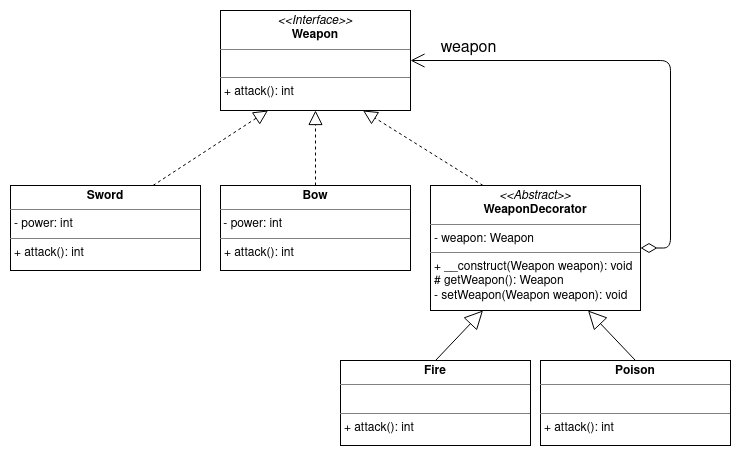
Earlier version of the draw.io export assets/images/decorator-weapon.png (pjehan-teaching/design-patterns). Source tidied: cells renumbered, new cells last; positions are measured from the earlier drawing's top-left corner, leaving out a move shared by most shapes. The source it was exported from:
```xml
<mxGraphModel background="#ffffff">
  <root>
    <mxCell id="0" />
    <mxCell id="1" parent="0" />
    <mxCell id="2" value="&lt;p style=&quot;margin: 0px ; margin-top: 4px ; text-align: center&quot;&gt;&lt;b&gt;Sword&lt;/b&gt;&lt;/p&gt;&lt;hr size=&quot;1&quot;&gt;&lt;p style=&quot;margin: 0px ; margin-left: 4px&quot;&gt;- power: int&lt;br&gt;&lt;/p&gt;&lt;hr size=&quot;1&quot;&gt;&lt;p style=&quot;margin: 0px ; margin-left: 4px&quot;&gt;+ attack(): int&lt;br&gt;&lt;/p&gt;" style="verticalAlign=top;align=left;overflow=fill;fontSize=12;fontFamily=Helvetica;html=1;shadow=0;" parent="1" vertex="1">
      <mxGeometry y="175" width="190" height="85" as="geometry" />
    </mxCell>
    <mxCell id="3" value="&lt;p style=&quot;margin: 0px ; margin-top: 4px ; text-align: center&quot;&gt;&lt;i&gt;&amp;lt;&amp;lt;Interface&amp;gt;&amp;gt;&lt;/i&gt;&lt;br&gt;&lt;b&gt;Weapon&lt;/b&gt;&lt;/p&gt;&lt;hr size=&quot;1&quot;&gt;&lt;p style=&quot;margin: 0px ; margin-left: 4px&quot;&gt;&lt;br&gt;&lt;/p&gt;&lt;hr size=&quot;1&quot;&gt;&lt;p style=&quot;margin: 0px ; margin-left: 4px&quot;&gt;+ attack(): int&lt;br&gt;&lt;/p&gt;" style="verticalAlign=top;align=left;overflow=fill;fontSize=12;fontFamily=Helvetica;html=1;shadow=0;" parent="1" vertex="1">
      <mxGeometry x="210" width="190" height="100" as="geometry" />
    </mxCell>
    <mxCell id="4" value="&lt;p style=&quot;margin: 0px ; margin-top: 4px ; text-align: center&quot;&gt;&lt;i&gt;&amp;lt;&amp;lt;Abstract&amp;gt;&amp;gt;&lt;/i&gt;&lt;br&gt;&lt;b&gt;WeaponDecorator&lt;/b&gt;&lt;br&gt;&lt;/p&gt;&lt;hr size=&quot;1&quot;&gt;&lt;p style=&quot;margin: 0px ; margin-left: 4px&quot;&gt;- weapon: Weapon&lt;/p&gt;&lt;hr size=&quot;1&quot;&gt;&lt;p style=&quot;margin: 0px ; margin-left: 4px&quot;&gt;+ __construct(Weapon weapon): void&lt;br&gt;&lt;/p&gt;&lt;p style=&quot;margin: 0px ; margin-left: 4px&quot;&gt;# getWeapon(): Weapon&lt;/p&gt;&lt;p style=&quot;margin: 0px ; margin-left: 4px&quot;&gt;- setWeapon(Weapon weapon): void&lt;br&gt;&lt;/p&gt;" style="verticalAlign=top;align=left;overflow=fill;fontSize=12;fontFamily=Helvetica;html=1;shadow=0;" parent="1" vertex="1">
      <mxGeometry x="420" y="175" width="210" height="125" as="geometry" />
    </mxCell>
    <mxCell id="5" value="&lt;p style=&quot;margin: 0px ; margin-top: 4px ; text-align: center&quot;&gt;&lt;b&gt;Bow&lt;/b&gt;&lt;/p&gt;&lt;hr size=&quot;1&quot;&gt;&amp;nbsp;- power: int&lt;hr size=&quot;1&quot;&gt;&lt;p style=&quot;margin: 0px ; margin-left: 4px&quot;&gt;+ attack(): int&lt;br&gt;&lt;/p&gt;" style="verticalAlign=top;align=left;overflow=fill;fontSize=12;fontFamily=Helvetica;html=1;shadow=0;" parent="1" vertex="1">
      <mxGeometry x="210" y="175" width="190" height="85" as="geometry" />
    </mxCell>
    <mxCell id="6" style="endArrow=block;dashed=1;endFill=0;endSize=12;html=1;strokeColor=#000000;fontSize=16;exitX=0.75;exitY=0;entryX=0.25;entryY=1;" parent="1" edge="1" source="2" target="3">
      <mxGeometry relative="1" as="geometry" />
    </mxCell>
    <mxCell id="7" style="endArrow=block;dashed=1;endFill=0;endSize=12;html=1;strokeColor=#000000;fontSize=16;exitX=0.25;exitY=0;entryX=0.75;entryY=1;" parent="1" edge="1" source="4" target="3">
      <mxGeometry relative="1" as="geometry" />
    </mxCell>
    <mxCell id="8" style="endArrow=block;dashed=1;endFill=0;endSize=12;html=1;strokeColor=#000000;fontSize=16;exitX=0.5;exitY=0;" parent="1" edge="1" source="5">
      <mxGeometry relative="1" as="geometry">
        <mxPoint x="305" y="100" as="targetPoint" />
      </mxGeometry>
    </mxCell>
    <mxCell id="9" style="endArrow=open;html=1;endSize=12;startArrow=diamondThin;startSize=14;startFill=0;edgeStyle=orthogonalEdgeStyle;align=left;verticalAlign=bottom;strokeColor=#000000;fontSize=16;exitX=1;exitY=0.5;entryX=1;entryY=0.5;" parent="1" edge="1" source="4" target="3">
      <mxGeometry x="-0.72" y="40" relative="1" as="geometry">
        <Array as="points">
          <mxPoint x="660" y="238" />
          <mxPoint x="660" y="50" />
        </Array>
      </mxGeometry>
    </mxCell>
    <mxCell id="10" value="weapon" style="text;html=1;align=center;verticalAlign=middle;labelBackgroundColor=#ffffff;fontSize=16;" parent="9" vertex="1">
      <mxGeometry x="0.71" y="3" relative="1" as="geometry">
        <mxPoint x="-12" y="-16" as="offset" />
      </mxGeometry>
    </mxCell>
    <mxCell id="11" value="&lt;p style=&quot;margin: 0px ; margin-top: 4px ; text-align: center&quot;&gt;&lt;b&gt;Fire&lt;/b&gt;&lt;/p&gt;&lt;hr size=&quot;1&quot;&gt;&lt;p style=&quot;margin: 0px ; margin-left: 4px&quot;&gt;&lt;br&gt;&lt;/p&gt;&lt;hr size=&quot;1&quot;&gt;&lt;p style=&quot;margin: 0px ; margin-left: 4px&quot;&gt;+ attack(): int&lt;br&gt;&lt;/p&gt;" style="verticalAlign=top;align=left;overflow=fill;fontSize=12;fontFamily=Helvetica;html=1;shadow=0;" parent="1" vertex="1">
      <mxGeometry x="330" y="350" width="190" height="85" as="geometry" />
    </mxCell>
    <mxCell id="12" value="&lt;p style=&quot;margin: 0px ; margin-top: 4px ; text-align: center&quot;&gt;&lt;b&gt;Poison&lt;/b&gt;&lt;br&gt;&lt;/p&gt;&lt;hr size=&quot;1&quot;&gt;&lt;p style=&quot;margin: 0px ; margin-left: 4px&quot;&gt;&lt;br&gt;&lt;/p&gt;&lt;hr size=&quot;1&quot;&gt;&lt;p style=&quot;margin: 0px ; margin-left: 4px&quot;&gt;+ attack(): int&lt;br&gt;&lt;/p&gt;" style="verticalAlign=top;align=left;overflow=fill;fontSize=12;fontFamily=Helvetica;html=1;shadow=0;" parent="1" vertex="1">
      <mxGeometry x="530" y="350" width="190" height="85" as="geometry" />
    </mxCell>
    <mxCell id="13" style="endArrow=block;endSize=16;endFill=0;html=1;strokeColor=#000000;fontSize=16;exitX=0.5;exitY=0;entryX=0.25;entryY=1;exitDx=0;exitDy=0;" parent="1" edge="1" source="11" target="4">
      <mxGeometry relative="1" as="geometry" />
    </mxCell>
    <mxCell id="14" style="endArrow=block;endSize=16;endFill=0;html=1;strokeColor=#000000;fontSize=16;exitX=0.5;exitY=0;entryX=0.75;entryY=1;entryDx=0;entryDy=0;exitDx=0;exitDy=0;" parent="1" edge="1" source="12" target="4">
      <mxGeometry relative="1" as="geometry" />
    </mxCell>
  </root>
</mxGraphModel>
```
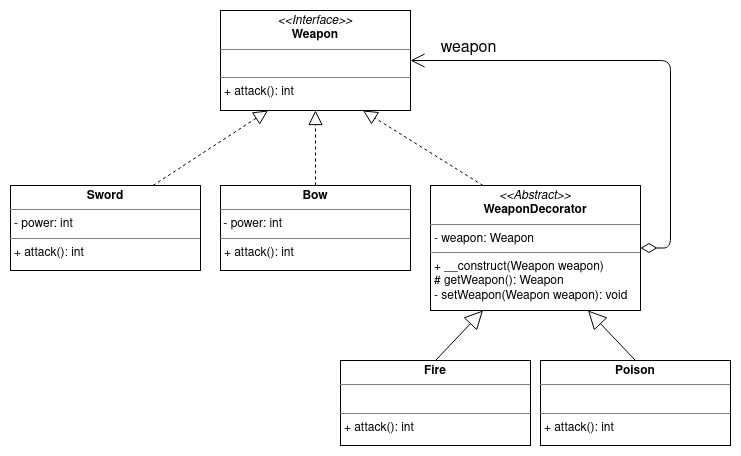
Later version of the same file.

Commit message:
Fix Decorator weapon diagram

The edit, as a diff of the source:
```diff
@@ -8,7 +8,7 @@
     <mxCell id="3" value="&lt;p style=&quot;margin: 0px ; margin-top: 4px ; text-align: center&quot;&gt;&lt;i&gt;&amp;lt;&amp;lt;Interface&amp;gt;&amp;gt;&lt;/i&gt;&lt;br&gt;&lt;b&gt;Weapon&lt;/b&gt;&lt;/p&gt;&lt;hr size=&quot;1&quot;&gt;&lt;p style=&quot;margin: 0px ; margin-left: 4px&quot;&gt;&lt;br&gt;&lt;/p&gt;&lt;hr size=&quot;1&quot;&gt;&lt;p style=&quot;margin: 0px ; margin-left: 4px&quot;&gt;+ attack(): int&lt;br&gt;&lt;/p&gt;" style="verticalAlign=top;align=left;overflow=fill;fontSize=12;fontFamily=Helvetica;html=1;shadow=0;" parent="1" vertex="1">
       <mxGeometry x="210" width="190" height="100" as="geometry" />
     </mxCell>
-    <mxCell id="4" value="&lt;p style=&quot;margin: 0px ; margin-top: 4px ; text-align: center&quot;&gt;&lt;i&gt;&amp;lt;&amp;lt;Abstract&amp;gt;&amp;gt;&lt;/i&gt;&lt;br&gt;&lt;b&gt;WeaponDecorator&lt;/b&gt;&lt;br&gt;&lt;/p&gt;&lt;hr size=&quot;1&quot;&gt;&lt;p style=&quot;margin: 0px ; margin-left: 4px&quot;&gt;- weapon: Weapon&lt;/p&gt;&lt;hr size=&quot;1&quot;&gt;&lt;p style=&quot;margin: 0px ; margin-left: 4px&quot;&gt;+ __construct(Weapon weapon): void&lt;br&gt;&lt;/p&gt;&lt;p style=&quot;margin: 0px ; margin-left: 4px&quot;&gt;# getWeapon(): Weapon&lt;/p&gt;&lt;p style=&quot;margin: 0px ; margin-left: 4px&quot;&gt;- setWeapon(Weapon weapon): void&lt;br&gt;&lt;/p&gt;" style="verticalAlign=top;align=left;overflow=fill;fontSize=12;fontFamily=Helvetica;html=1;shadow=0;" parent="1" vertex="1">
+    <mxCell id="4" value="&lt;p style=&quot;margin: 0px ; margin-top: 4px ; text-align: center&quot;&gt;&lt;i&gt;&amp;lt;&amp;lt;Abstract&amp;gt;&amp;gt;&lt;/i&gt;&lt;br&gt;&lt;b&gt;WeaponDecorator&lt;/b&gt;&lt;br&gt;&lt;/p&gt;&lt;hr size=&quot;1&quot;&gt;&lt;p style=&quot;margin: 0px ; margin-left: 4px&quot;&gt;- weapon: Weapon&lt;/p&gt;&lt;hr size=&quot;1&quot;&gt;&lt;p style=&quot;margin: 0px ; margin-left: 4px&quot;&gt;+ __construct(Weapon weapon)&lt;br&gt;&lt;/p&gt;&lt;p style=&quot;margin: 0px ; margin-left: 4px&quot;&gt;# getWeapon(): Weapon&lt;/p&gt;&lt;p style=&quot;margin: 0px ; margin-left: 4px&quot;&gt;- setWeapon(Weapon weapon): void&lt;br&gt;&lt;/p&gt;" style="verticalAlign=top;align=left;overflow=fill;fontSize=12;fontFamily=Helvetica;html=1;shadow=0;" parent="1" vertex="1">
       <mxGeometry x="420" y="175" width="210" height="125" as="geometry" />
     </mxCell>
     <mxCell id="5" value="&lt;p style=&quot;margin: 0px ; margin-top: 4px ; text-align: center&quot;&gt;&lt;b&gt;Bow&lt;/b&gt;&lt;/p&gt;&lt;hr size=&quot;1&quot;&gt;&amp;nbsp;- power: int&lt;hr size=&quot;1&quot;&gt;&lt;p style=&quot;margin: 0px ; margin-left: 4px&quot;&gt;+ attack(): int&lt;br&gt;&lt;/p&gt;" style="verticalAlign=top;align=left;overflow=fill;fontSize=12;fontFamily=Helvetica;html=1;shadow=0;" parent="1" vertex="1">
```
